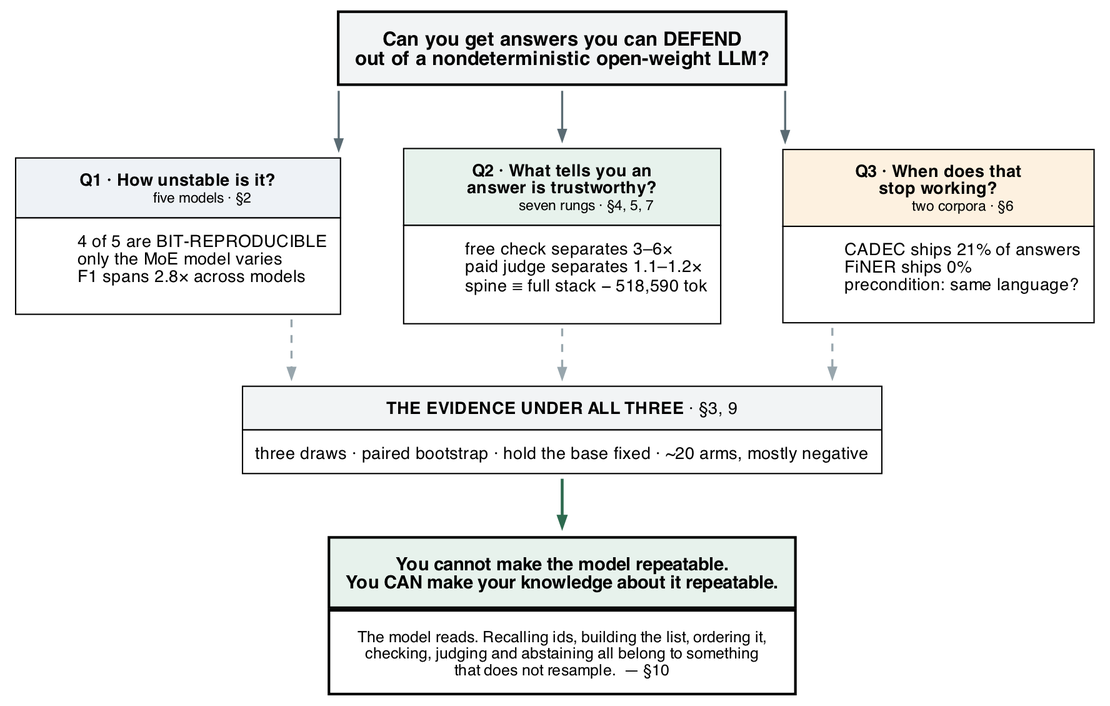
Earlier version of the Graphviz export docs/figures/fig6-spine.png (wbagais/reliability-ladder). Its source is kept beside it as docs/figures/fig6-spine.dot.
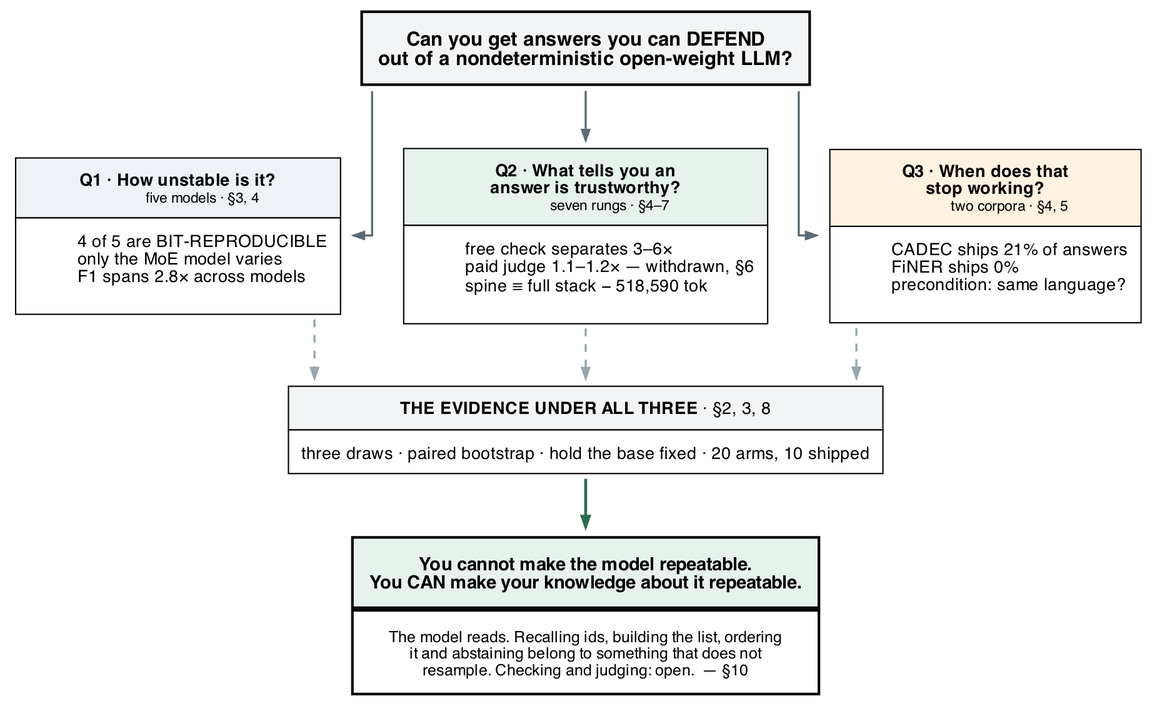
The same file after the commit.

Commit message:
fix figure 2's stale section pointers and qualify the thesis in the opening

The edit, as a diff of the source:
```diff
@@ -9,7 +9,7 @@
 
   q1 [label=<<TABLE BORDER="0" CELLBORDER="1" CELLSPACING="0" CELLPADDING="9">
       <TR><TD BGCOLOR="#eef2f6"><B>Q1 &#183; How unstable is it?</B><BR/>
-          <FONT POINT-SIZE="11">five models &#183; &#167;2</FONT></TD></TR>
+          <FONT POINT-SIZE="11">five models &#183; &#167;3, 4</FONT></TD></TR>
       <TR><TD BGCOLOR="#ffffff" ALIGN="LEFT">
           4 of 5 are BIT&#8209;REPRODUCIBLE<BR ALIGN="LEFT"/>
           only the MoE model varies<BR ALIGN="LEFT"/>
@@ -18,16 +18,16 @@
 
   q2 [label=<<TABLE BORDER="0" CELLBORDER="1" CELLSPACING="0" CELLPADDING="9">
       <TR><TD BGCOLOR="#e7f2ec"><B>Q2 &#183; What tells you an<BR/>answer is trustworthy?</B><BR/>
-          <FONT POINT-SIZE="11">seven rungs &#183; &#167;4, 5, 7</FONT></TD></TR>
+          <FONT POINT-SIZE="11">seven rungs &#183; &#167;4&#8211;7</FONT></TD></TR>
       <TR><TD BGCOLOR="#ffffff" ALIGN="LEFT">
           free check separates 3&#8211;6&#215;<BR ALIGN="LEFT"/>
-          paid judge separates 1.1&#8211;1.2&#215;<BR ALIGN="LEFT"/>
+          paid judge 1.1&#8211;1.2&#215; &#8212; withdrawn, &#167;6<BR ALIGN="LEFT"/>
           spine &#8801; full stack &#8722; 518,590 tok<BR ALIGN="LEFT"/>
           </TD></TR></TABLE>>];
 
   q3 [label=<<TABLE BORDER="0" CELLBORDER="1" CELLSPACING="0" CELLPADDING="9">
       <TR><TD BGCOLOR="#fdf1e0"><B>Q3 &#183; When does that<BR/>stop working?</B><BR/>
-          <FONT POINT-SIZE="11">two corpora &#183; &#167;6</FONT></TD></TR>
+          <FONT POINT-SIZE="11">two corpora &#183; &#167;4, 5</FONT></TD></TR>
       <TR><TD BGCOLOR="#ffffff" ALIGN="LEFT">
           CADEC ships 21% of answers<BR ALIGN="LEFT"/>
           FiNER ships 0%<BR ALIGN="LEFT"/>
@@ -35,12 +35,12 @@
           </TD></TR></TABLE>>];
 
   ev [label=<<TABLE BORDER="0" CELLBORDER="1" CELLSPACING="0" CELLPADDING="9">
-      <TR><TD BGCOLOR="#f2f4f5"><B>THE EVIDENCE UNDER ALL THREE</B> &#183; &#167;3, 9</TD></TR>
-      <TR><TD BGCOLOR="#ffffff">three draws &#183; paired bootstrap &#183; hold the base fixed &#183; ~20 arms, mostly negative</TD></TR></TABLE>>];
+      <TR><TD BGCOLOR="#f2f4f5"><B>THE EVIDENCE UNDER ALL THREE</B> &#183; &#167;2, 3, 8</TD></TR>
+      <TR><TD BGCOLOR="#ffffff">three draws &#183; paired bootstrap &#183; hold the base fixed &#183; 20 arms, 10 shipped</TD></TR></TABLE>>];
 
   out [label=<<TABLE BORDER="0" CELLBORDER="2" CELLSPACING="0" CELLPADDING="12">
       <TR><TD BGCOLOR="#e7f2ec"><B><FONT POINT-SIZE="14">You cannot make the model repeatable.<BR/>You CAN make your knowledge about it repeatable.</FONT></B></TD></TR>
-      <TR><TD BGCOLOR="#ffffff"><FONT POINT-SIZE="12">The model reads. Recalling ids, building the list, ordering it,<BR/>checking, judging and abstaining all belong to something<BR/>that does not resample. &#160;&#8212;&#160;&#167;10</FONT></TD></TR>
+      <TR><TD BGCOLOR="#ffffff"><FONT POINT-SIZE="12">The model reads. Recalling ids, building the list, ordering<BR/>it and abstaining belong to something that does not<BR/>resample. Checking and judging: open. &#160;&#8212;&#160;&#167;10</FONT></TD></TR>
       </TABLE>>];
 
   edge [color="#5a6b73" penwidth=1.6 arrowsize=0.8];
```
